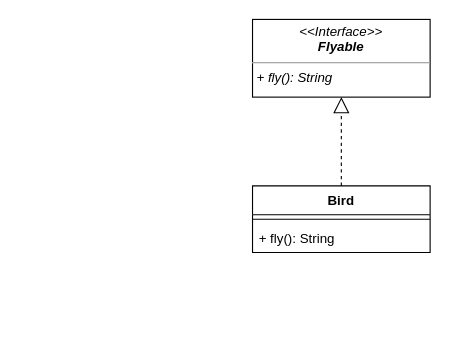
Above: page "Bird_1" (1 of 2) of bird.drawio in yWarsame/08a_Interfaces_Bird (draw.io), before the change. Source tidied: cells renumbered, new cells numbered last; positions are measured from the earlier drawing's top-left corner, leaving out a move shared by most shapes. Both pictures are drawn from the tidied source at 111%, with x=0, y=0 at pixel (252, 19).
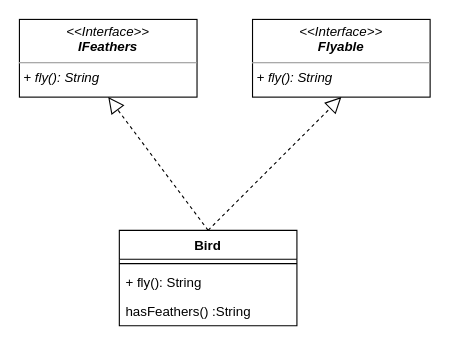
The same diagram, later.

Commit message (it also covers changes not shown here):
01/Bird + Flayble Interfaces

Change to the diagram source:
```diff
@@
 <mxGraphModel>
   <root>
     <mxCell id="0" />
     <mxCell id="1" parent="0" />
     <mxCell id="2" value="Bird" style="swimlane;fontStyle=1;align=center;verticalAlign=top;horizontal=1;startSize=26;" parent="1" vertex="1">
-      <mxGeometry y="150" width="160" height="60" as="geometry" />
+      <mxGeometry x="-120" y="190" width="160" height="86" as="geometry" />
     </mxCell>
     <mxCell id="3" style="line;strokeWidth=1;fillColor=none;align=left;verticalAlign=middle;spacingTop=-1;spacingLeft=3;spacingRight=3;labelPosition=right;" parent="2" vertex="1">
       <mxGeometry y="26" width="160" height="8" as="geometry" />
     </mxCell>
     <mxCell id="4" value="+ fly(): String" style="text;strokeColor=none;fillColor=none;align=left;verticalAlign=top;spacingLeft=4;spacingRight=4;overflow=hidden;" parent="2" vertex="1">
       <mxGeometry y="34" width="160" height="26" as="geometry" />
     </mxCell>
+    <mxCell id="7" value="hasFeathers() :String" style="text;strokeColor=none;fillColor=none;align=left;verticalAlign=top;spacingLeft=4;spacingRight=4;overflow=hidden;" parent="2" vertex="1">
+      <mxGeometry y="60" width="160" height="26" as="geometry" />
+    </mxCell>
     <mxCell id="5" value="&lt;p style=&quot;margin: 0px ; margin-top: 4px ; text-align: center&quot;&gt;&lt;i&gt;&amp;lt;&amp;lt;Interface&amp;gt;&amp;gt;&lt;br&gt;&lt;b&gt;Flyable&lt;/b&gt;&lt;/i&gt;&lt;/p&gt;&lt;hr size=&quot;1&quot;&gt;&lt;p style=&quot;margin: 0px ; margin-left: 4px&quot;&gt;&lt;i&gt;+ fly(): String&lt;/i&gt;&lt;br&gt;&lt;br&gt;&lt;/p&gt;" style="verticalAlign=top;align=left;overflow=fill;fontSize=12;fontFamily=Helvetica;html=1;" parent="1" vertex="1">
       <mxGeometry width="160" height="70" as="geometry" />
     </mxCell>
     <mxCell id="6" style="endArrow=block;dashed=1;endFill=0;endSize=12;html=1;exitX=0.5;exitY=0;exitDx=0;exitDy=0;entryX=0.5;entryY=1;entryDx=0;entryDy=0;" parent="1" edge="1" source="2" target="5">
       <mxGeometry relative="1" as="geometry" />
     </mxCell>
+    <mxCell id="8" value="&lt;p style=&quot;margin: 0px ; margin-top: 4px ; text-align: center&quot;&gt;&lt;i&gt;&amp;lt;&amp;lt;Interface&amp;gt;&amp;gt;&lt;br&gt;&lt;b&gt;IFeathers&lt;/b&gt;&lt;/i&gt;&lt;/p&gt;&lt;hr size=&quot;1&quot;&gt;&lt;p style=&quot;margin: 0px ; margin-left: 4px&quot;&gt;&lt;i&gt;+ fly(): String&lt;/i&gt;&lt;br&gt;&lt;br&gt;&lt;/p&gt;" style="verticalAlign=top;align=left;overflow=fill;fontSize=12;fontFamily=Helvetica;html=1;" parent="1" vertex="1">
+      <mxGeometry x="-210" width="160" height="70" as="geometry" />
+    </mxCell>
+    <mxCell id="9" style="endArrow=block;dashed=1;endFill=0;endSize=12;html=1;entryX=0.5;entryY=1;entryDx=0;entryDy=0;" parent="1" edge="1" target="8">
+      <mxGeometry relative="1" as="geometry">
+        <mxPoint x="-40" y="190" as="sourcePoint" />
+      </mxGeometry>
+    </mxCell>
   </root>
 </mxGraphModel>
```
